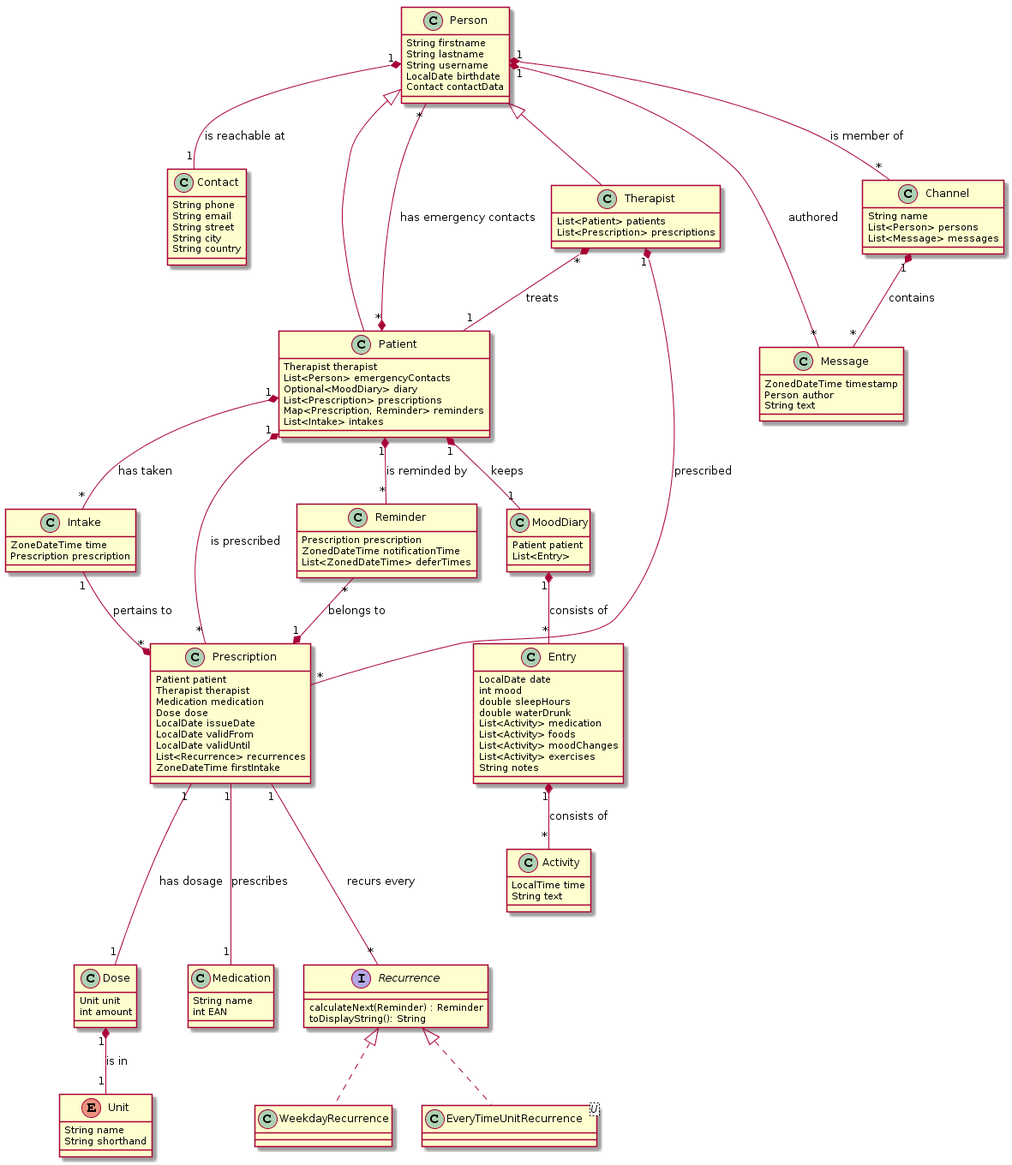
This is doc/task_04/notes/class_diagram.png from ch-bfh-bti7081-s2019-green/ch.bfh.bti7081.s2019.green, a PlantUML export, as it was before one commit.
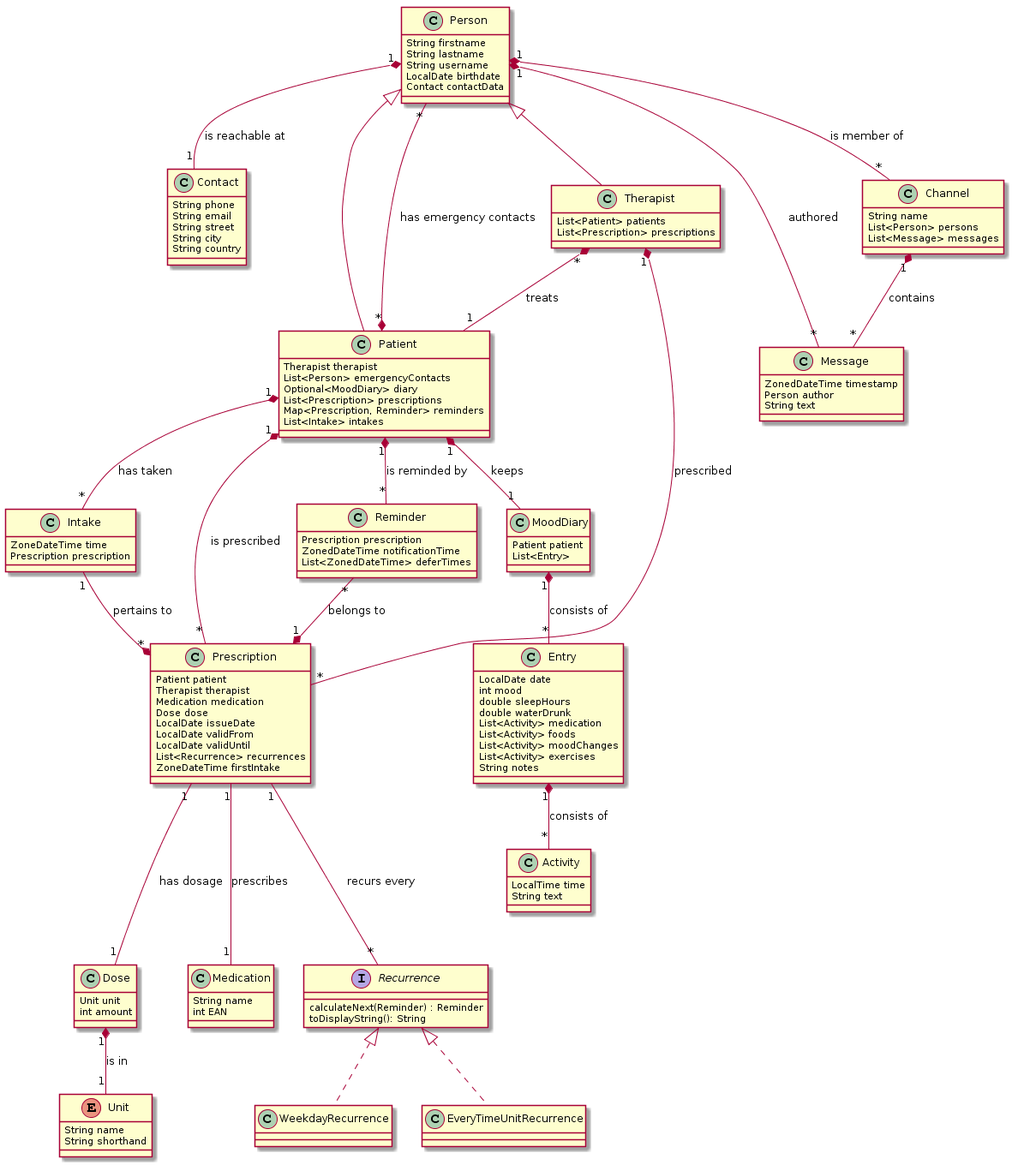
The same diagram one commit later.

Commit message:
Remove generics from Recurrence

The edit, as a diff of the source:
```diff
@@ -120,7 +120,7 @@
 }
 
 class WeekdayRecurrence implements Recurrence
-class EveryTimeUnitRecurrence<U> implements Recurrence
+class EveryTimeUnitRecurrence implements Recurrence
 
 class Channel{
     String name
```
